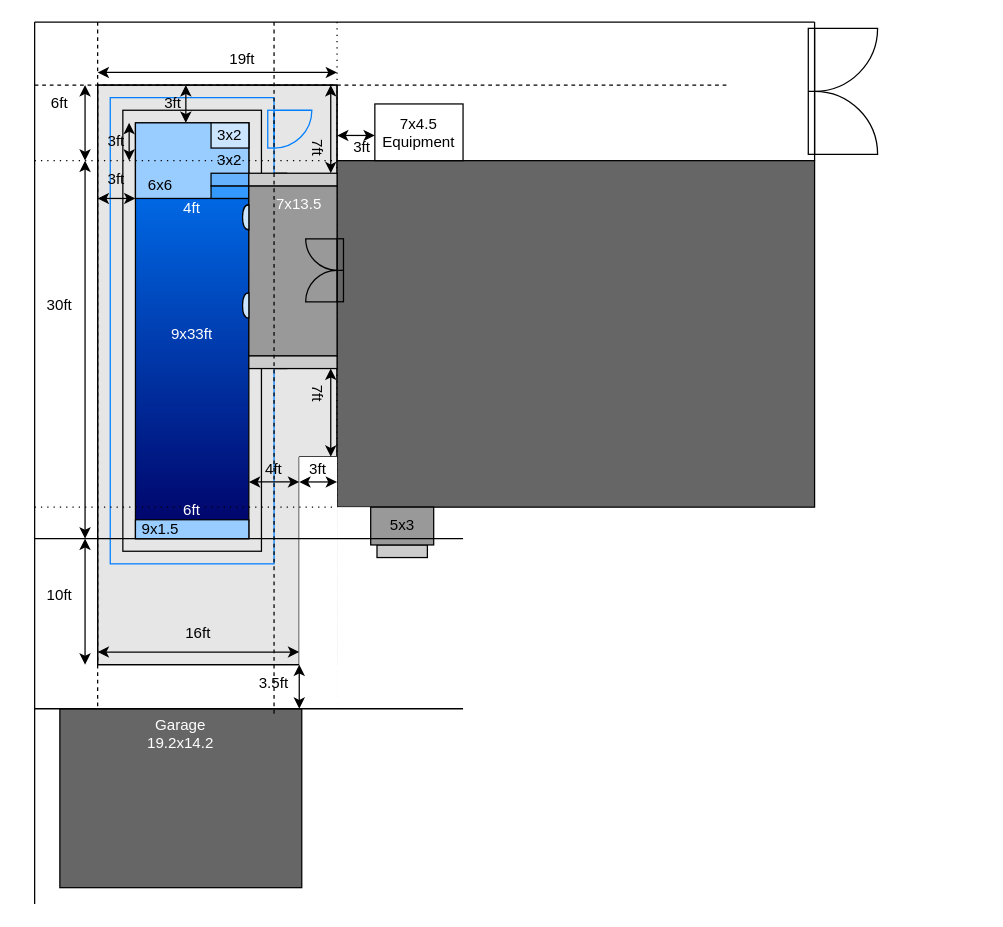
Before: PoolPlan.drawio in hikumealan/draw-io-diagrams, a draw.io diagram. Source tidied: cells renumbered, new cells numbered last; positions are measured from the earlier drawing's top-left corner, leaving out a move shared by most shapes. Both pictures are drawn from the tidied source at 126%, with x=0, y=0 at pixel (21, 21).
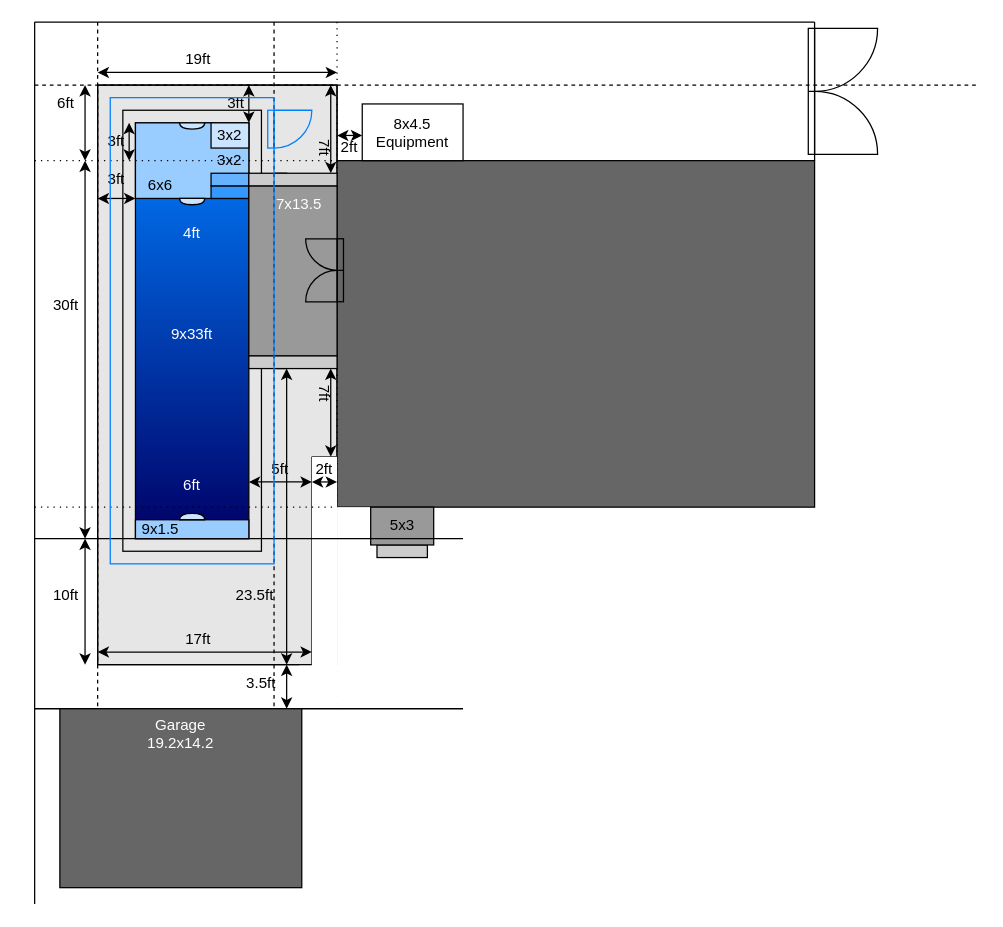
Above is the later version.

Change to the diagram source:
```diff
@@
-    <mxCell id="3" style="rounded=0;whiteSpace=wrap;html=1;fontColor=#FFFFFF;fillColor=none;gradientColor=none;strokeColor=#007FFF;" parent="1" vertex="1">
-      <mxGeometry x="70" y="60" width="130" height="370" as="geometry" />
-    </mxCell>
@@
     <mxCell id="20" style="endArrow=none;html=1;rounded=0;" parent="1" edge="1">
       <mxGeometry relative="1" as="geometry">
-        <mxPoint x="220" y="345" as="sourcePoint" />
+        <mxPoint x="230" y="345" as="sourcePoint" />
         <mxPoint x="250" y="345" as="targetPoint" />
       </mxGeometry>
     </mxCell>
     <mxCell id="21" style="endArrow=none;html=1;rounded=0;" parent="1" edge="1">
       <mxGeometry relative="1" as="geometry">
-        <mxPoint x="220" y="345" as="sourcePoint" />
-        <mxPoint x="220" y="510" as="targetPoint" />
+        <mxPoint x="230" y="345" as="sourcePoint" />
+        <mxPoint x="230" y="510" as="targetPoint" />
       </mxGeometry>
     </mxCell>
     <mxCell id="22" value="7ft" style="text;html=1;strokeColor=none;fillColor=none;align=center;verticalAlign=middle;whiteSpace=wrap;rounded=0;rotation=90;" parent="1" vertex="1">
-      <mxGeometry x="205" y="85" width="60" height="30" as="geometry" />
+      <mxGeometry x="210" y="85" width="60" height="30" as="geometry" />
     </mxCell>
     <mxCell id="23" style="endArrow=none;dashed=1;html=1;rounded=0;" parent="1" edge="1">
       <mxGeometry relative="1" as="geometry">
         <mxPoint x="10" y="50" as="sourcePoint" />
-        <mxPoint x="560" y="50" as="targetPoint" />
+        <mxPoint x="760" y="50" as="targetPoint" />
       </mxGeometry>
     </mxCell>
@@
     <mxCell id="26" value="19ft" style="text;html=1;strokeColor=none;fillColor=none;align=center;verticalAlign=middle;whiteSpace=wrap;rounded=0;" parent="1" vertex="1">
-      <mxGeometry x="145" y="15" width="60" height="30" as="geometry" />
+      <mxGeometry x="110" y="15" width="60" height="30" as="geometry" />
     </mxCell>
@@
     <mxCell id="31" style="rounded=0;whiteSpace=wrap;html=1;fontColor=#FFFFFF;strokeColor=none;fillColor=#FFFFFF;gradientColor=none;" parent="1" vertex="1">
-      <mxGeometry x="220" y="345" width="30" height="226.7" as="geometry" />
+      <mxGeometry x="230" y="345" width="20" height="226.7" as="geometry" />
     </mxCell>
@@
-    <mxCell id="37" style="rounded=0;whiteSpace=wrap;html=1;fillColor=#666666;gradientColor=none;" parent="1" vertex="1">
-      <mxGeometry x="30" y="545" width="192" height="142" as="geometry" />
-    </mxCell>
@@
     <mxCell id="39" value="7ft" style="text;html=1;strokeColor=none;fillColor=none;align=center;verticalAlign=middle;whiteSpace=wrap;rounded=0;rotation=90;" parent="1" vertex="1">
-      <mxGeometry x="205" y="280" width="60" height="30" as="geometry" />
+      <mxGeometry x="210" y="280" width="60" height="30" as="geometry" />
     </mxCell>
@@
     <mxCell id="42" value="10ft" style="text;html=1;strokeColor=none;fillColor=none;align=center;verticalAlign=middle;whiteSpace=wrap;rounded=0;" parent="1" vertex="1">
-      <mxGeometry y="440" width="60" height="30" as="geometry" />
+      <mxGeometry x="5" y="440" width="60" height="30" as="geometry" />
     </mxCell>
@@
     <mxCell id="45" style="endArrow=classic;startArrow=classic;html=1;rounded=0;fontColor=#FFFFFF;" parent="1" edge="1">
       <mxGeometry relative="1" as="geometry">
-        <mxPoint x="130" y="50" as="sourcePoint" />
-        <mxPoint x="130" y="80" as="targetPoint" />
+        <mxPoint x="180" y="50" as="sourcePoint" />
+        <mxPoint x="180" y="80" as="targetPoint" />
       </mxGeometry>
     </mxCell>
     <mxCell id="46" value="3ft" style="text;html=1;strokeColor=none;fillColor=none;align=center;verticalAlign=middle;whiteSpace=wrap;rounded=0;" parent="1" vertex="1">
-      <mxGeometry x="90" y="50" width="60" height="30" as="geometry" />
+      <mxGeometry x="140" y="50" width="60" height="30" as="geometry" />
     </mxCell>
     <mxCell id="47" style="endArrow=classic;startArrow=classic;html=1;rounded=0;fontColor=#FFFFFF;fontStyle=1;" parent="1" edge="1">
       <mxGeometry relative="1" as="geometry">
         <mxPoint x="180" y="365" as="sourcePoint" />
-        <mxPoint x="220" y="365" as="targetPoint" />
+        <mxPoint x="230" y="365" as="targetPoint" />
       </mxGeometry>
     </mxCell>
-    <mxCell id="48" value="4ft" style="text;html=1;strokeColor=none;fillColor=none;align=center;verticalAlign=middle;whiteSpace=wrap;rounded=0;" parent="1" vertex="1">
-      <mxGeometry x="170" y="340" width="60" height="30" as="geometry" />
+    <mxCell id="48" value="5ft" style="text;html=1;strokeColor=none;fillColor=none;align=center;verticalAlign=middle;whiteSpace=wrap;rounded=0;" parent="1" vertex="1">
+      <mxGeometry x="175" y="340" width="60" height="30" as="geometry" />
     </mxCell>
     <mxCell id="49" style="endArrow=classic;startArrow=classic;html=1;rounded=0;fontColor=#FFFFFF;" parent="1" edge="1">
       <mxGeometry relative="1" as="geometry">
         <mxPoint x="60" y="500" as="sourcePoint" />
-        <mxPoint x="220" y="500" as="targetPoint" />
+        <mxPoint x="230" y="500" as="targetPoint" />
       </mxGeometry>
     </mxCell>
-    <mxCell id="50" value="16ft" style="text;html=1;strokeColor=none;fillColor=none;align=center;verticalAlign=middle;whiteSpace=wrap;rounded=0;" parent="1" vertex="1">
-      <mxGeometry x="110" y="470" width="60" height="30" as="geometry" />
+    <mxCell id="50" value="17ft" style="text;html=1;strokeColor=none;fillColor=none;align=center;verticalAlign=middle;whiteSpace=wrap;rounded=0;" parent="1" vertex="1">
+      <mxGeometry x="110" y="475" width="60" height="30" as="geometry" />
     </mxCell>
     <mxCell id="51" style="endArrow=classic;startArrow=classic;html=1;rounded=0;fontColor=#FFFFFF;fontStyle=1;" parent="1" edge="1">
       <mxGeometry relative="1" as="geometry">
-        <mxPoint x="220" y="365" as="sourcePoint" />
+        <mxPoint x="230" y="365" as="sourcePoint" />
         <mxPoint x="250" y="365" as="targetPoint" />
       </mxGeometry>
     </mxCell>
-    <mxCell id="52" value="3ft" style="text;html=1;strokeColor=none;fillColor=none;align=center;verticalAlign=middle;whiteSpace=wrap;rounded=0;" parent="1" vertex="1">
-      <mxGeometry x="205" y="340" width="60" height="30" as="geometry" />
+    <mxCell id="52" value="2ft" style="text;html=1;strokeColor=none;fillColor=none;align=center;verticalAlign=middle;whiteSpace=wrap;rounded=0;" parent="1" vertex="1">
+      <mxGeometry x="210" y="340" width="60" height="30" as="geometry" />
     </mxCell>
@@
     <mxCell id="56" value="6ft" style="text;html=1;strokeColor=none;fillColor=none;align=center;verticalAlign=middle;whiteSpace=wrap;rounded=0;" parent="1" vertex="1">
-      <mxGeometry y="50" width="60" height="30" as="geometry" />
+      <mxGeometry x="5" y="50" width="60" height="30" as="geometry" />
     </mxCell>
@@
-    <mxCell id="59" value="7x4.5&lt;br&gt;Equipment" style="rounded=0;whiteSpace=wrap;html=1;fillColor=#FFFFFF;" parent="1" vertex="1">
-      <mxGeometry x="280" y="65" width="70" height="45" as="geometry" />
+    <mxCell id="59" value="8x4.5&lt;br&gt;Equipment" style="rounded=0;whiteSpace=wrap;html=1;fillColor=#FFFFFF;" parent="1" vertex="1">
+      <mxGeometry x="270" y="65" width="80" height="45" as="geometry" />
     </mxCell>
     <mxCell id="60" style="endArrow=classic;startArrow=classic;html=1;rounded=0;fontColor=#FFFFFF;fontStyle=1;" parent="1" edge="1">
       <mxGeometry relative="1" as="geometry">
         <mxPoint x="250" y="90" as="sourcePoint" />
-        <mxPoint x="280" y="90" as="targetPoint" />
+        <mxPoint x="270" y="90" as="targetPoint" />
       </mxGeometry>
     </mxCell>
-    <mxCell id="61" value="3ft" style="text;html=1;strokeColor=none;fillColor=none;align=center;verticalAlign=middle;whiteSpace=wrap;rounded=0;" parent="1" vertex="1">
-      <mxGeometry x="240" y="85" width="60" height="30" as="geometry" />
+    <mxCell id="61" value="2ft" style="text;html=1;strokeColor=none;fillColor=none;align=center;verticalAlign=middle;whiteSpace=wrap;rounded=0;" parent="1" vertex="1">
+      <mxGeometry x="230" y="85" width="60" height="30" as="geometry" />
     </mxCell>
@@
     <mxCell id="64" value="30ft" style="text;html=1;strokeColor=none;fillColor=none;align=center;verticalAlign=middle;whiteSpace=wrap;rounded=0;" parent="1" vertex="1">
-      <mxGeometry y="210" width="60" height="30" as="geometry" />
+      <mxGeometry x="5" y="210" width="60" height="30" as="geometry" />
     </mxCell>
@@
     <mxCell id="75" style="endArrow=classic;startArrow=classic;html=1;rounded=0;strokeColor=#000000;strokeWidth=1;" parent="1" edge="1">
       <mxGeometry relative="1" as="geometry">
-        <mxPoint x="220" y="510" as="sourcePoint" />
-        <mxPoint x="220" y="545" as="targetPoint" />
+        <mxPoint x="210" y="510" as="sourcePoint" />
+        <mxPoint x="210" y="545" as="targetPoint" />
       </mxGeometry>
     </mxCell>
     <mxCell id="76" value="3.5ft" style="text;html=1;strokeColor=none;fillColor=none;align=center;verticalAlign=middle;whiteSpace=wrap;rounded=0;" parent="1" vertex="1">
-      <mxGeometry x="170" y="510" width="60" height="30" as="geometry" />
+      <mxGeometry x="160" y="510" width="60" height="30" as="geometry" />
     </mxCell>
-    <mxCell id="77" value="&lt;font color=&quot;#ffffff&quot;&gt;Garage&lt;br&gt;19.2x14.2&lt;/font&gt;" style="text;html=1;strokeColor=none;fillColor=none;align=center;verticalAlign=middle;whiteSpace=wrap;rounded=0;rotation=0;" parent="1" vertex="1">
-      <mxGeometry x="96" y="550" width="60" height="30" as="geometry" />
-    </mxCell>
     <mxCell id="78" value="4ft" style="text;html=1;strokeColor=none;fillColor=none;align=center;verticalAlign=middle;whiteSpace=wrap;rounded=0;fontColor=#FFFFFF;" parent="1" vertex="1">
-      <mxGeometry x="105" y="132.5" width="60" height="30" as="geometry" />
+      <mxGeometry x="105" y="152.5" width="60" height="30" as="geometry" />
     </mxCell>
     <mxCell id="79" value="6ft" style="text;html=1;strokeColor=none;fillColor=none;align=center;verticalAlign=middle;whiteSpace=wrap;rounded=0;fontColor=#FFFFFF;" parent="1" vertex="1">
-      <mxGeometry x="105" y="372.5" width="60" height="30" as="geometry" />
+      <mxGeometry x="105" y="352.5" width="60" height="30" as="geometry" />
     </mxCell>
-    <mxCell id="80" style="shape=or;whiteSpace=wrap;html=1;fillColor=#CCE5FF;direction=west;" parent="1" vertex="1">
-      <mxGeometry x="175" y="145" width="5" height="20" as="geometry" />
-    </mxCell>
-    <mxCell id="81" style="shape=or;whiteSpace=wrap;html=1;fillColor=#CCE5FF;direction=west;" parent="1" vertex="1">
-      <mxGeometry x="175" y="215" width="5" height="20" as="geometry" />
+    <mxCell id="81" style="shape=or;whiteSpace=wrap;html=1;fillColor=#CCE5FF;direction=north;" parent="1" vertex="1">
+      <mxGeometry x="125" y="390" width="20" height="5" as="geometry" />
     </mxCell>
+    <mxCell id="82" style="shape=or;whiteSpace=wrap;html=1;fillColor=#CCE5FF;direction=south;" parent="1" vertex="1">
+      <mxGeometry x="125" y="140" width="20" height="5" as="geometry" />
+    </mxCell>
+    <mxCell id="83" style="shape=or;whiteSpace=wrap;html=1;fillColor=#CCE5FF;direction=south;" parent="1" vertex="1">
+      <mxGeometry x="125" y="80" width="20" height="5" as="geometry" />
+    </mxCell>
+    <mxCell id="3" style="rounded=0;whiteSpace=wrap;html=1;fontColor=#FFFFFF;fillColor=none;gradientColor=none;strokeColor=#007FFF;" parent="1" vertex="1">
+      <mxGeometry x="70" y="60" width="130" height="370" as="geometry" />
+    </mxCell>
+    <mxCell id="37" style="rounded=0;whiteSpace=wrap;html=1;fillColor=#666666;gradientColor=none;" parent="1" vertex="1">
+      <mxGeometry x="30" y="545" width="192" height="142" as="geometry" />
+    </mxCell>
+    <mxCell id="77" value="&lt;font color=&quot;#ffffff&quot;&gt;Garage&lt;br&gt;19.2x14.2&lt;/font&gt;" style="text;html=1;strokeColor=none;fillColor=none;align=center;verticalAlign=middle;whiteSpace=wrap;rounded=0;rotation=0;" parent="1" vertex="1">
+      <mxGeometry x="96" y="550" width="60" height="30" as="geometry" />
+    </mxCell>
+    <mxCell id="84" style="endArrow=classic;startArrow=classic;html=1;rounded=0;fontColor=#FFFFFF;" parent="1" edge="1">
+      <mxGeometry relative="1" as="geometry">
+        <mxPoint x="210" y="275" as="sourcePoint" />
+        <mxPoint x="210" y="510" as="targetPoint" />
+      </mxGeometry>
+    </mxCell>
+    <mxCell id="85" value="23.5ft" style="text;html=1;strokeColor=none;fillColor=none;align=center;verticalAlign=middle;whiteSpace=wrap;rounded=0;" parent="1" vertex="1">
+      <mxGeometry x="155" y="440" width="60" height="30" as="geometry" />
+    </mxCell>
```
